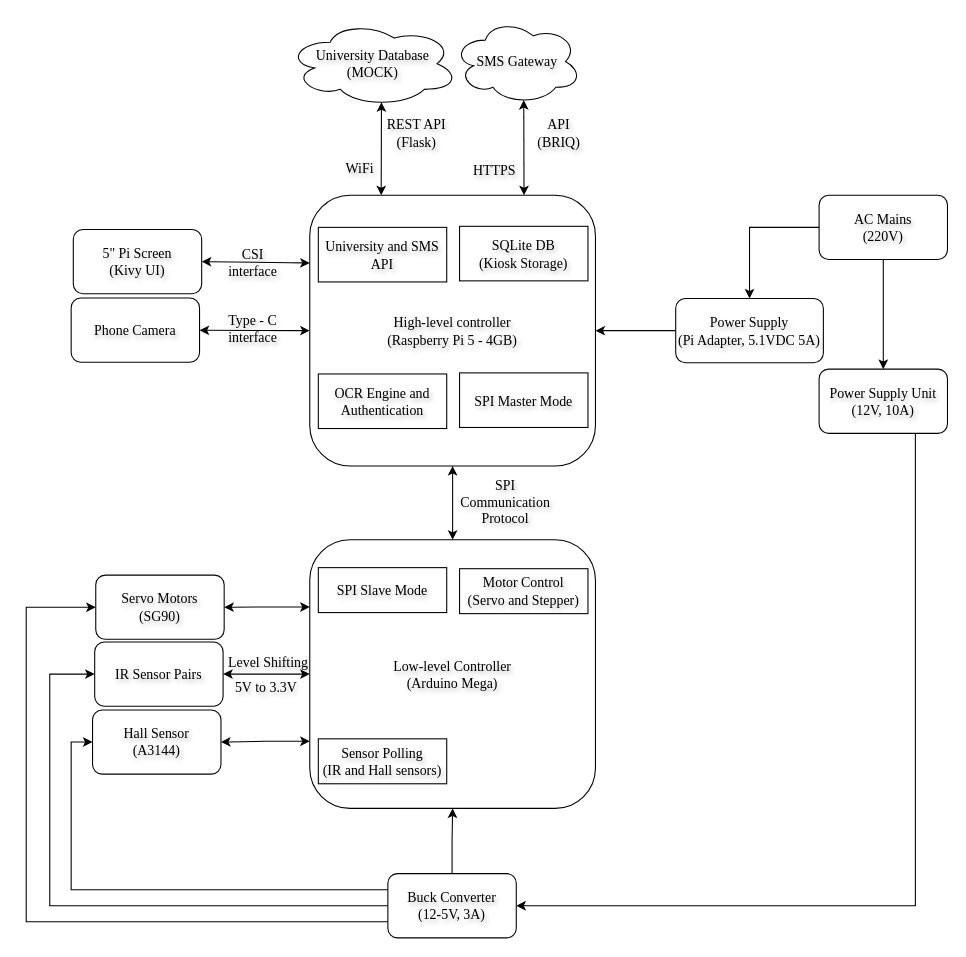
The draw.io diagram docs/official/card_issuance_block.drawio in musyani-io/card-issuance-system, before the edit. Source tidied: cells renumbered, new cells numbered last; positions are measured from the earlier drawing's top-left corner, leaving out a move shared by most shapes. Both pictures are drawn from the tidied source at 107%, with x=0, y=0 at pixel (26, 18).
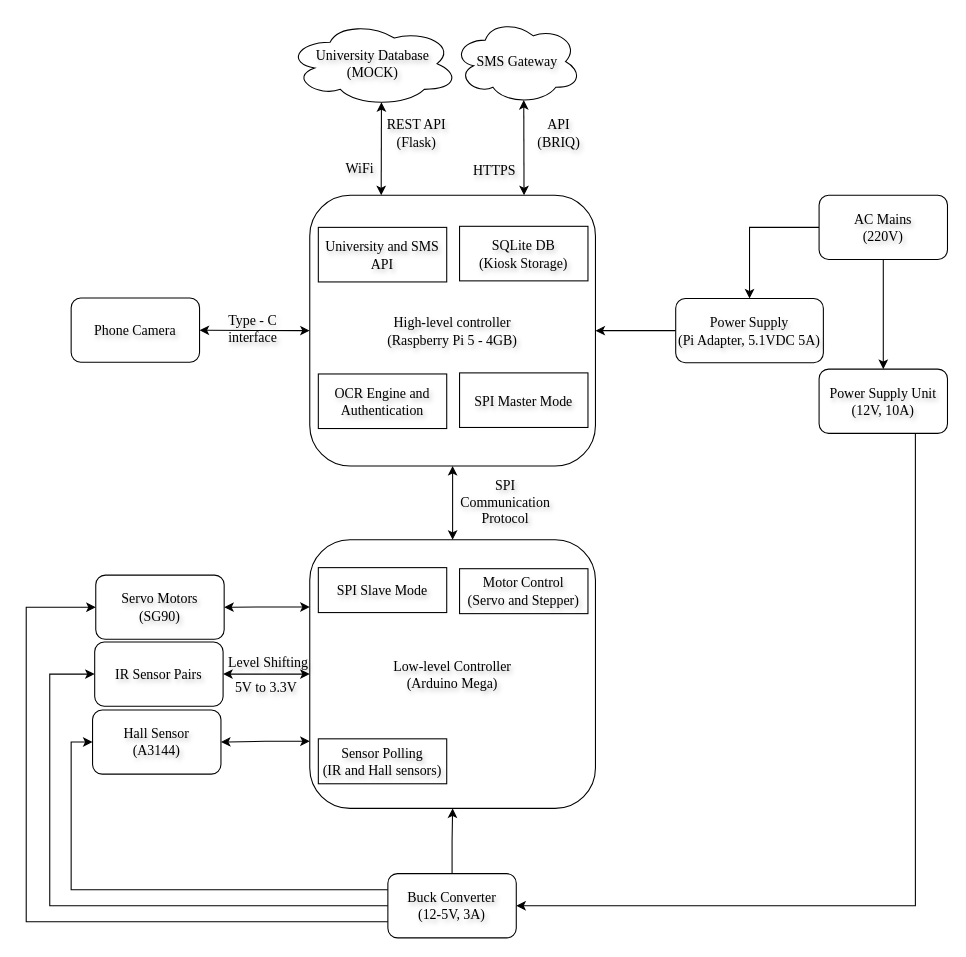
The same diagram, later.

The change refers to these unchanged cells:
```xml
<mxCell id="2" value="&lt;div align=&quot;center&quot;&gt;High-level controller&lt;br&gt;&lt;div&gt;(Raspberry Pi 5 - 4GB)&lt;/div&gt;&lt;/div&gt;" style="whiteSpace=wrap;html=1;rounded=1;align=center;fontFamily=Times New Roman;fontStyle=0;fontSize=13;labelBackgroundColor=none;textShadow=1;" parent="1" vertex="1">
  <mxGeometry x="265" y="165" width="267" height="253" as="geometry" />
</mxCell>
```

Diff of the diagram source:
```diff
@@
-    <mxCell id="6" value="&lt;div&gt;5&quot; Pi Screen&lt;/div&gt;&lt;div&gt;(Kivy UI)&lt;/div&gt;" style="rounded=1;whiteSpace=wrap;html=1;fontFamily=Times New Roman;fontStyle=0;fontSize=13;labelBackgroundColor=none;textShadow=1;" parent="1" vertex="1">
-      <mxGeometry x="44" y="197" width="120" height="60" as="geometry" />
-    </mxCell>
@@
-    <mxCell id="8" value="CSI interface" style="text;html=1;whiteSpace=wrap;strokeColor=none;fillColor=none;align=center;verticalAlign=middle;rounded=0;fontFamily=Times New Roman;fontStyle=0;fontSize=13;labelBackgroundColor=none;textShadow=1;" parent="1" vertex="1">
-      <mxGeometry x="182" y="213" width="60" height="30" as="geometry" />
-    </mxCell>
@@
-    <mxCell id="12" style="endArrow=classic;startArrow=classic;html=1;rounded=0;entryX=0;entryY=0.25;entryDx=0;entryDy=0;exitX=1;exitY=0.5;exitDx=0;exitDy=0;fontFamily=Times New Roman;fontStyle=0;fontSize=13;labelBackgroundColor=none;textShadow=1;" parent="1" edge="1" source="6" target="2">
-      <mxGeometry relative="1" as="geometry">
-        <Array as="points">
-          <mxPoint x="246" y="228" />
-        </Array>
-      </mxGeometry>
-    </mxCell>
```
